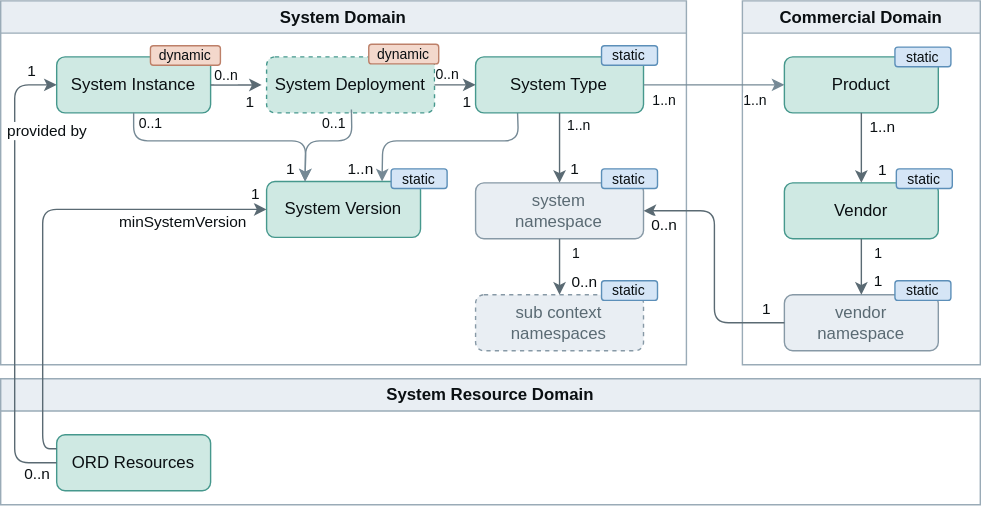
Before: static/img/system-landscape/system.drawio.svg, a diagram exported from draw.io (open-resource-discovery/specification). Source tidied: cells renumbered, new cells last; positions are measured from the earlier drawing's top-left corner, leaving out a move shared by most shapes.
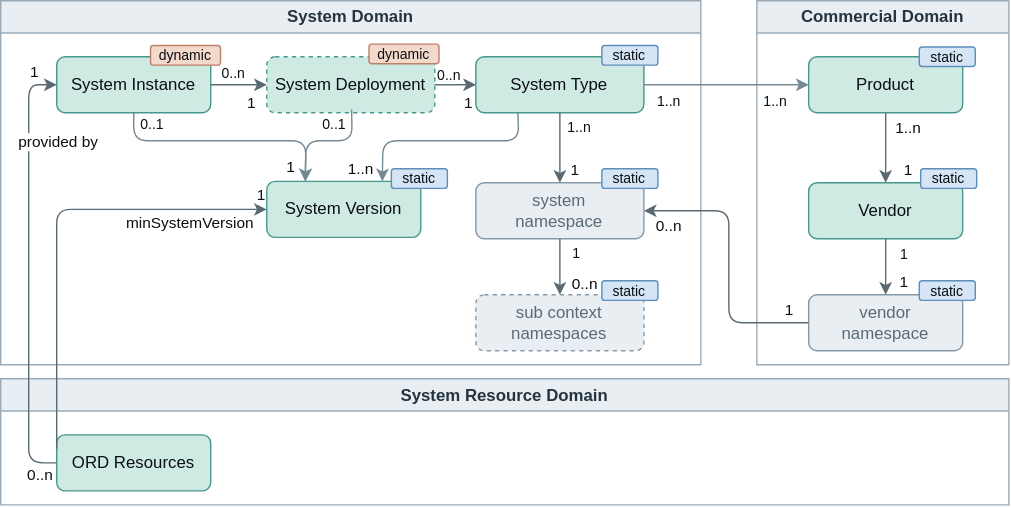
Later version of the same file.

What changed in the source:
```diff
@@ -3,7 +3,7 @@
     <mxCell id="0" />
     <mxCell id="1" parent="0" />
     <mxCell id="2" value="System Domain" style="swimlane;whiteSpace=wrap;html=1;fontColor=#25343e;fillColor=#e9eef3;swimlaneFillColor=#ffffff;strokeColor=#9aabb7;" parent="1" vertex="1">
-      <mxGeometry width="490" height="260" as="geometry" />
+      <mxGeometry width="500" height="260" as="geometry" />
     </mxCell>
     <mxCell id="3" value="System Instance" style="rounded=1;whiteSpace=wrap;html=1;verticalAlign=middle;fillColor=#cfe9e3;strokeColor=#46988d;fontColor=#0a0f12;arcSize=12;absoluteArcSize=1;" parent="2" vertex="1">
       <mxGeometry x="40" y="40" width="110" height="40" as="geometry" />
@@ -45,17 +45,17 @@
     <mxCell id="10" value="System Type" style="rounded=1;whiteSpace=wrap;html=1;verticalAlign=middle;fillColor=#cfe9e3;strokeColor=#46988d;fontColor=#0a0f12;arcSize=12;absoluteArcSize=1;" parent="2" vertex="1">
       <mxGeometry x="339.3" y="40" width="120" height="40" as="geometry" />
     </mxCell>
-    <mxCell id="11" style="edgeStyle=none;html=1;entryX=-0.029;entryY=0.502;entryDx=0;entryDy=0;entryPerimeter=0;fontColor=#0a0f12;strokeColor=#5a6a73;" parent="2" edge="1" source="3" target="27">
+    <mxCell id="11" style="edgeStyle=none;html=1;entryX=0;entryY=0.5;entryDx=0;entryDy=0;fontColor=#0a0f12;strokeColor=#5a6a73;" parent="2" edge="1" source="3" target="27">
       <mxGeometry relative="1" as="geometry" />
     </mxCell>
     <mxCell id="12" value="1" style="edgeLabel;html=1;align=center;verticalAlign=middle;fontColor=#0a0f12;" parent="11" vertex="1">
-      <mxGeometry x="0.47" y="1" relative="1" as="geometry">
+      <mxGeometry x="0.35" y="1" relative="1" as="geometry">
         <mxPoint x="1" y="13" as="offset" />
       </mxGeometry>
     </mxCell>
     <mxCell id="13" value="0..n" style="edgeLabel;html=1;align=center;verticalAlign=middle;fontSize=10;fontColor=#0a0f12;" parent="11" vertex="1">
-      <mxGeometry x="-0.53" y="-1" relative="1" as="geometry">
-        <mxPoint x="2" y="-8" as="offset" />
+      <mxGeometry x="-0.55" y="-1" relative="1" as="geometry">
+        <mxPoint x="6" y="-10" as="offset" />
       </mxGeometry>
     </mxCell>
     <mxCell id="14" value="system&lt;br&gt;namespace" style="rounded=1;whiteSpace=wrap;html=1;verticalAlign=middle;fillColor=#e9eef3;strokeColor=#8799a6;fontColor=#5a6a73;arcSize=12;absoluteArcSize=1;" parent="2" vertex="1">
@@ -143,13 +143,13 @@
       </mxGeometry>
     </mxCell>
     <mxCell id="35" value="Commercial Domain" style="swimlane;whiteSpace=wrap;html=1;fontColor=#25343e;fillColor=#e9eef3;swimlaneFillColor=#ffffff;strokeColor=#9aabb7;" parent="1" vertex="1">
-      <mxGeometry x="530" width="170" height="260" as="geometry" />
+      <mxGeometry x="540" width="180" height="260" as="geometry" />
     </mxCell>
     <mxCell id="36" value="Product" style="rounded=1;whiteSpace=wrap;html=1;verticalAlign=middle;fillColor=#cfe9e3;strokeColor=#46988d;fontColor=#0a0f12;arcSize=12;absoluteArcSize=1;" parent="35" vertex="1">
-      <mxGeometry x="30" y="40" width="110" height="40" as="geometry" />
+      <mxGeometry x="37" y="40" width="110" height="40" as="geometry" />
     </mxCell>
     <mxCell id="37" value="Vendor" style="rounded=1;whiteSpace=wrap;html=1;verticalAlign=middle;fillColor=#cfe9e3;strokeColor=#46988d;fontColor=#0a0f12;arcSize=12;absoluteArcSize=1;" parent="35" vertex="1">
-      <mxGeometry x="30" y="130" width="110" height="40" as="geometry" />
+      <mxGeometry x="37" y="130" width="110" height="40" as="geometry" />
     </mxCell>
     <mxCell id="38" style="edgeStyle=none;html=1;fontColor=#0a0f12;strokeColor=#5a6a73;" parent="35" edge="1" source="36" target="37">
       <mxGeometry relative="1" as="geometry" />
@@ -165,7 +165,7 @@
       </mxGeometry>
     </mxCell>
     <mxCell id="41" value="vendor&lt;br&gt;namespace" style="rounded=1;whiteSpace=wrap;html=1;verticalAlign=middle;fillColor=#e9eef3;strokeColor=#8799a6;fontColor=#5a6a73;arcSize=12;absoluteArcSize=1;" parent="35" vertex="1">
-      <mxGeometry x="30" y="210" width="110" height="40" as="geometry" />
+      <mxGeometry x="37" y="210" width="110" height="40" as="geometry" />
     </mxCell>
     <mxCell id="42" style="edgeStyle=none;html=1;fontColor=#0a0f12;strokeColor=#5a6a73;" parent="35" edge="1" source="37" target="41">
       <mxGeometry relative="1" as="geometry" />
@@ -181,13 +181,13 @@
       </mxGeometry>
     </mxCell>
     <mxCell id="45" value="&lt;font style=&quot;font-size: 10px;&quot;&gt;static&lt;/font&gt;" style="rounded=1;whiteSpace=wrap;html=1;strokeColor=#5c8fb9;fillColor=#d5e5f6;fontColor=#0a0f12;" parent="35" vertex="1">
-      <mxGeometry x="110" y="120" width="40" height="14" as="geometry" />
+      <mxGeometry x="117" y="120" width="40" height="14" as="geometry" />
     </mxCell>
     <mxCell id="46" value="&lt;font style=&quot;font-size: 10px;&quot;&gt;static&lt;/font&gt;" style="rounded=1;whiteSpace=wrap;html=1;strokeColor=#5c8fb9;fillColor=#d5e5f6;fontColor=#0a0f12;" parent="35" vertex="1">
-      <mxGeometry x="109" y="33" width="40" height="14" as="geometry" />
+      <mxGeometry x="116" y="33" width="40" height="14" as="geometry" />
     </mxCell>
     <mxCell id="47" value="&lt;font style=&quot;font-size: 10px;&quot;&gt;static&lt;/font&gt;" style="rounded=1;whiteSpace=wrap;html=1;strokeColor=#5c8fb9;fillColor=#d5e5f6;fontColor=#0a0f12;" parent="35" vertex="1">
-      <mxGeometry x="109" y="200" width="40" height="14" as="geometry" />
+      <mxGeometry x="116" y="200" width="40" height="14" as="geometry" />
     </mxCell>
     <mxCell id="48" style="edgeStyle=none;html=1;strokeColor=#758995;fontColor=#0a0f12;" parent="1" edge="1" source="10" target="36">
       <mxGeometry relative="1" as="geometry" />
@@ -205,8 +205,8 @@
     <mxCell id="51" style="edgeStyle=none;html=1;entryX=1;entryY=0.5;entryDx=0;entryDy=0;fontColor=#0a0f12;strokeColor=#5a6a73;" parent="1" edge="1" source="41" target="14">
       <mxGeometry relative="1" as="geometry">
         <Array as="points">
-          <mxPoint x="510" y="230" />
-          <mxPoint x="510" y="150" />
+          <mxPoint x="520" y="230" />
+          <mxPoint x="520" y="150" />
         </Array>
       </mxGeometry>
     </mxCell>
@@ -221,7 +221,7 @@
       </mxGeometry>
     </mxCell>
     <mxCell id="54" value="System Resource Domain" style="swimlane;whiteSpace=wrap;html=1;fontColor=#25343e;fillColor=#e9eef3;swimlaneFillColor=#ffffff;strokeColor=#9aabb7;" parent="1" vertex="1">
-      <mxGeometry y="270" width="700" height="90" as="geometry" />
+      <mxGeometry y="270" width="720" height="90" as="geometry" />
     </mxCell>
     <mxCell id="55" value="ORD Resources" style="rounded=1;whiteSpace=wrap;html=1;verticalAlign=middle;fillColor=#cfe9e3;strokeColor=#46988d;fontColor=#0a0f12;arcSize=12;absoluteArcSize=1;" parent="54" vertex="1">
       <mxGeometry x="40" y="40" width="110" height="40" as="geometry" />
@@ -229,14 +229,14 @@
     <mxCell id="56" style="edgeStyle=none;html=1;entryX=0;entryY=0.5;entryDx=0;entryDy=0;fontColor=#0a0f12;strokeColor=#5a6a73;" parent="1" edge="1" source="55" target="3">
       <mxGeometry relative="1" as="geometry">
         <Array as="points">
-          <mxPoint x="10" y="330" />
-          <mxPoint x="10" y="60" />
+          <mxPoint x="20" y="330" />
+          <mxPoint x="20" y="60" />
         </Array>
       </mxGeometry>
     </mxCell>
     <mxCell id="57" value="provided by" style="edgeLabel;html=1;align=center;verticalAlign=middle;fontColor=#0a0f12;" parent="56" vertex="1">
       <mxGeometry x="0.29" y="-1" relative="1" as="geometry">
-        <mxPoint x="22" y="-54" as="offset" />
+        <mxPoint x="19" y="-50" as="offset" />
       </mxGeometry>
     </mxCell>
     <mxCell id="58" value="0..n" style="edgeLabel;html=1;align=center;verticalAlign=middle;fontColor=#0a0f12;" parent="56" vertex="1">
@@ -252,8 +252,8 @@
     <mxCell id="60" style="edgeStyle=none;html=1;entryX=0;entryY=0.5;entryDx=0;entryDy=0;exitX=0;exitY=0.25;exitDx=0;exitDy=0;fontColor=#0a0f12;strokeColor=#5a6a73;" parent="1" edge="1" source="55" target="4">
       <mxGeometry relative="1" as="geometry">
         <Array as="points">
-          <mxPoint x="30" y="320" />
-          <mxPoint x="30" y="149" />
+          <mxPoint x="40" y="320" />
+          <mxPoint x="40" y="149" />
         </Array>
       </mxGeometry>
     </mxCell>
```
